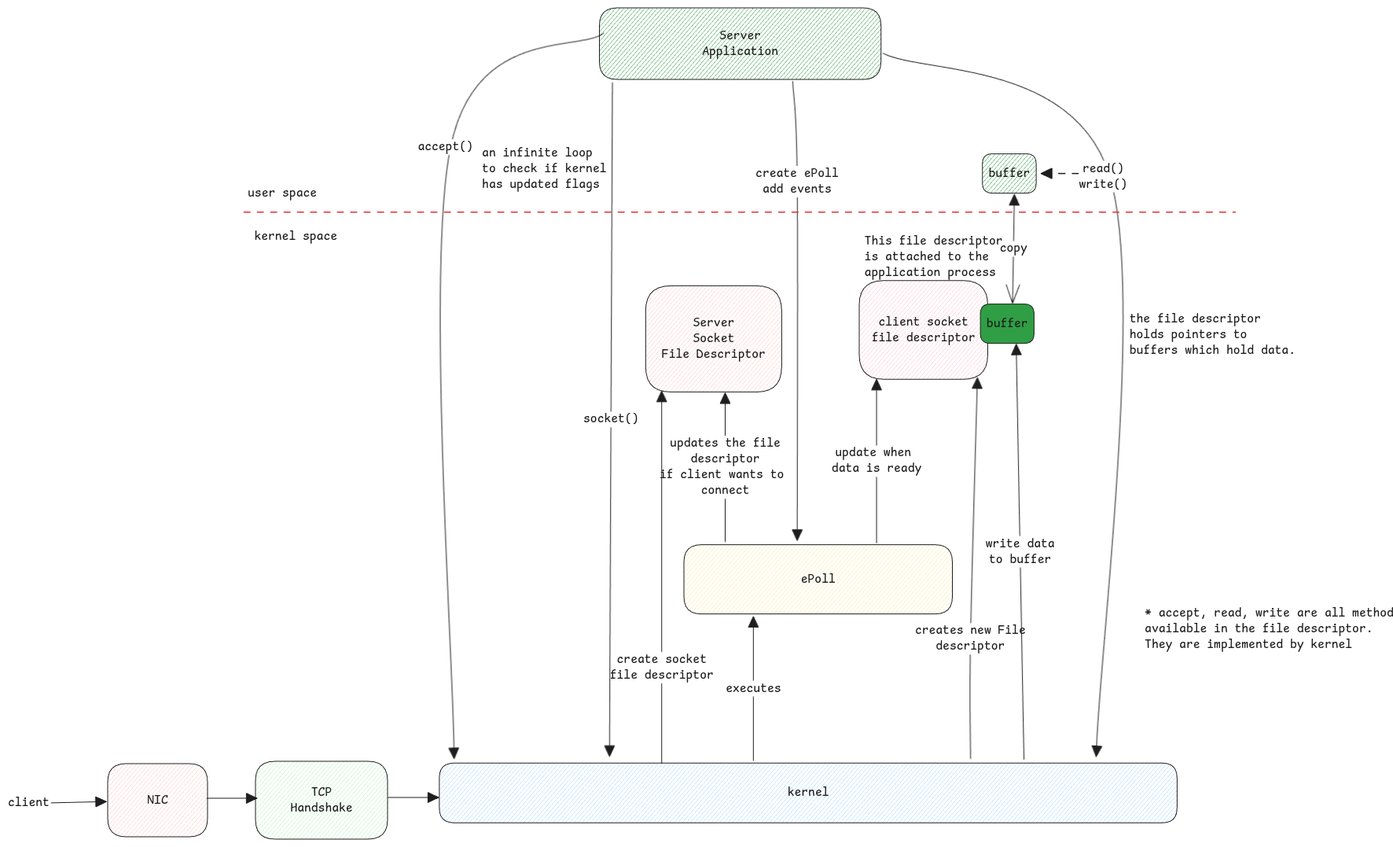
swaroopar/inprogress-engineer keeps this Excalidraw diagram as static/img/sockets-multithread.excalidraw.png. Above is the earlier version. Source tidied: one line per element, renumbered; positions are measured from the earlier drawing's top-left corner, leaving out a move shared by most shapes.
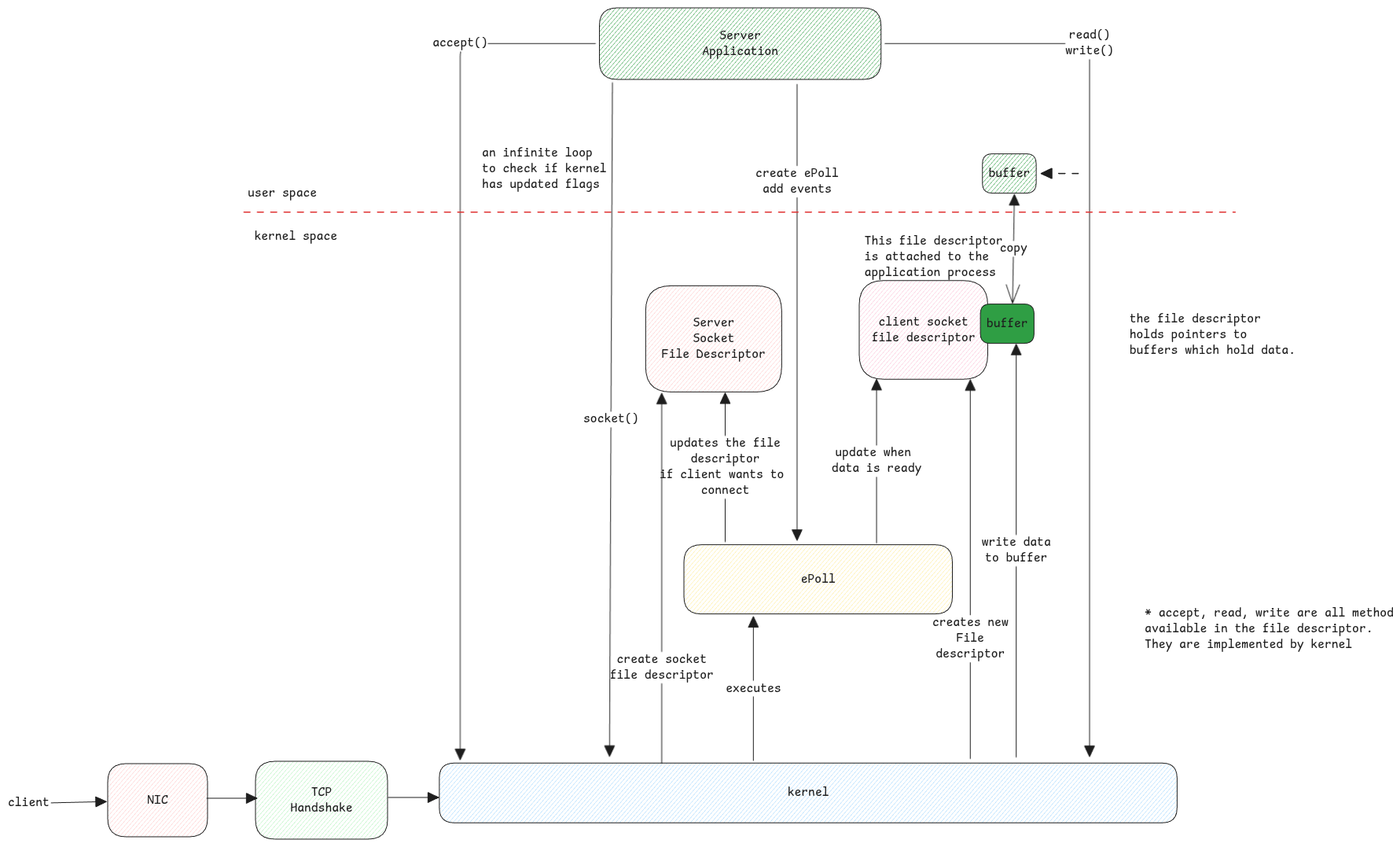
The same file after the commit.

Diff of the diagram source:
```diff
@@ -15,18 +15,18 @@
 {"id": 14, "type": "text", "text": "an infinite loop\nto check if kernel\nhas updated flags", "strokeColor": "#1e1e1e", "strokeWidth": 1, "roughness": 0, "fontSize": 16, "fontFamily": 8, "x": 603, "y": 175, "width": 146, "height": 60}
 {"id": 15, "type": "arrow", "strokeColor": "#1e1e1e", "strokeWidth": 1, "roughness": 0, "endArrowhead": "triangle", "round": true, "x": 948, "y": 957, "width": 0, "height": 183, "points": [[0, 0], [0, -183]]}
 {"id": 16, "type": "text", "text": "executes", "strokeColor": "#1e1e1e", "backgroundColor": "#ffec99", "fillStyle": "hachure", "strokeWidth": 1, "roughness": 0, "fontSize": 16, "fontFamily": 8, "textAlign": "center", "verticalAlign": "middle", "inside": 15, "x": 913, "y": 856, "width": 70, "height": 20}
-{"id": 17, "type": "arrow", "strokeColor": "#1e1e1e", "strokeWidth": 1, "roughness": 0, "endArrowhead": "triangle", "round": true, "from": 12, "to": 10, "x": 752, "y": 32, "width": 195, "height": 922, "points": [[0, 0], [-195, 145], [-190, 922]]}
+{"id": 17, "type": "arrow", "strokeColor": "#1e1e1e", "strokeWidth": 1, "roughness": 0, "endArrowhead": "triangle", "from": 12, "to": 10, "x": 747, "y": 45, "width": 172, "height": 911, "points": [[0, 0], [-172, 0], [-172, 911]]}
 {"id": 18, "type": "text", "text": "accept()", "strokeColor": "#1e1e1e", "strokeWidth": 1, "roughness": 0, "fontSize": 16, "fontFamily": 8, "textAlign": "center", "verticalAlign": "middle", "inside": 17, "x": 521, "y": 167, "width": 70, "height": 20}
 {"id": 19, "type": "rectangle", "strokeColor": "#1e1e1e", "backgroundColor": "#fcc2d7", "fillStyle": "hachure", "strokeWidth": 1, "roughness": 0, "round": true, "x": 1083, "y": 347, "width": 164, "height": 126}
 {"id": 20, "type": "text", "text": "client socket\nfile descriptor", "strokeColor": "#1e1e1e", "strokeWidth": 1, "roughness": 0, "fontSize": 16, "fontFamily": 8, "textAlign": "center", "verticalAlign": "middle", "inside": 19, "x": 1099, "y": 390, "width": 132, "height": 40}
-{"id": 21, "type": "arrow", "strokeColor": "#1e1e1e", "strokeWidth": 1, "roughness": 0, "endArrowhead": "triangle", "round": true, "x": 1224, "y": 955, "width": 9, "height": 484, "points": [[0, 0], [0, -152], [9, -484]]}
+{"id": 21, "type": "arrow", "strokeColor": "#1e1e1e", "strokeWidth": 1, "roughness": 0, "endArrowhead": "triangle", "from": 10, "x": 1224, "y": 955, "width": 0, "height": 482, "points": [[0, 0], [0, -152], [0, -482]]}
-{"id": 22, "type": "text", "text": "creates new File\ndescriptor", "strokeColor": "#1e1e1e", "strokeWidth": 1, "roughness": 0, "fontSize": 16, "fontFamily": 8, "textAlign": "center", "verticalAlign": "middle", "inside": 21, "x": 1154, "y": 782, "width": 141, "height": 40}
+{"id": 22, "type": "text", "text": "creates new\n File \ndescriptor", "strokeColor": "#1e1e1e", "strokeWidth": 1, "roughness": 0, "fontSize": 16, "fontFamily": 8, "textAlign": "center", "verticalAlign": "middle", "inside": 21, "x": 1176, "y": 772, "width": 97, "height": 60}
-{"id": 23, "type": "arrow", "strokeColor": "#1e1e1e", "strokeWidth": 1, "roughness": 0, "endArrowhead": "triangle", "round": true, "to": 10, "x": 1105, "y": 58, "width": 288, "height": 894, "points": [[0, 0], [288, 157], [271, 894]]}
+{"id": 23, "type": "arrow", "strokeColor": "#1e1e1e", "strokeWidth": 1, "roughness": 0, "endArrowhead": "triangle", "from": 12, "to": 10, "x": 1116, "y": 45, "width": 260, "height": 907, "points": [[0, 0], [260, 0], [260, 907]]}
 {"id": 24, "type": "text", "text": "read()\nwrite()", "strokeColor": "#1e1e1e", "strokeWidth": 1, "roughness": 0, "fontSize": 16, "fontFamily": 8, "textAlign": "center", "verticalAlign": "middle", "inside": 23, "x": 1363, "y": 194, "width": 62, "height": 40}
 {"id": 25, "type": "text", "text": "This file descriptor\nis attached to the \napplication process", "strokeColor": "#1e1e1e", "strokeWidth": 1, "roughness": 0, "fontSize": 16, "fontFamily": 8, "x": 1090, "y": 287, "width": 161, "height": 60}
 {"id": 26, "type": "arrow", "strokeColor": "#1e1e1e", "strokeWidth": 1, "roughness": 0, "endArrowhead": "triangle", "round": true, "x": 253, "y": 1005, "width": 64, "height": 0, "points": [[0, 0], [64, 0]]}
 {"id": 27, "type": "arrow", "strokeColor": "#1e1e1e", "strokeWidth": 1, "roughness": 0, "endArrowhead": "triangle", "round": true, "from": 2, "to": 10, "x": 484, "y": 1004, "width": 64, "height": 0, "points": [[0, 0], [64, 0]]}
-{"id": 28, "type": "arrow", "strokeColor": "#1e1e1e", "backgroundColor": "#ffec99", "fillStyle": "hachure", "strokeWidth": 1, "roughness": 0, "endArrowhead": "triangle", "round": true, "x": 998, "y": 94, "width": 6, "height": 584, "points": [[0, 0], [6, 128], [6, 584]]}
+{"id": 28, "type": "arrow", "strokeColor": "#1e1e1e", "backgroundColor": "#ffec99", "fillStyle": "hachure", "strokeWidth": 1, "roughness": 0, "endArrowhead": "triangle", "to": 6, "x": 1004, "y": 97, "width": 0, "height": 580, "points": [[0, 0], [0, 124], [0, 580]]}
 {"id": 29, "type": "text", "text": "create ePoll\nadd events", "strokeColor": "#1e1e1e", "backgroundColor": "#ffec99", "fillStyle": "hachure", "strokeWidth": 1, "roughness": 0, "fontSize": 16, "fontFamily": 8, "textAlign": "center", "verticalAlign": "middle", "inside": 28, "x": 951, "y": 201, "width": 106, "height": 40}
 {"id": 30, "type": "arrow", "strokeColor": "#1e1e1e", "backgroundColor": "#2f9e44", "fillStyle": "hachure", "strokeWidth": 1, "roughness": 0, "endArrowhead": "triangle", "round": true, "from": 31, "to": 4, "x": 55, "y": 1011, "width": 70, "height": 2, "points": [[0, 0], [70, -2]]}
 {"id": 31, "type": "text", "text": "client", "strokeColor": "#1e1e1e", "backgroundColor": "#2f9e44", "fillStyle": "hachure", "strokeWidth": 1, "roughness": 0, "fontSize": 16, "fontFamily": 8, "x": 0, "y": 1000, "width": 41, "height": 20}
@@ -36,11 +36,11 @@
 {"id": 35, "type": "text", "text": "socket()", "strokeColor": "#1e1e1e", "backgroundColor": "#2f9e44", "fillStyle": "hachure", "strokeWidth": 1, "roughness": 0, "fontSize": 16, "fontFamily": 8, "textAlign": "center", "verticalAlign": "middle", "inside": 34, "x": 732, "y": 513, "width": 70, "height": 20}
 {"id": 36, "type": "arrow", "strokeColor": "#1e1e1e", "backgroundColor": "#2f9e44", "fillStyle": "hachure", "strokeWidth": 1, "roughness": 0, "endArrowhead": "triangle", "round": true, "from": 6, "x": 1105, "y": 681, "width": 0, "height": 208, "points": [[0, 0], [0, -208]]}
 {"id": 37, "type": "text", "text": "update when \ndata is ready", "strokeColor": "#1e1e1e", "backgroundColor": "#2f9e44", "fillStyle": "hachure", "strokeWidth": 1, "roughness": 0, "fontSize": 16, "fontFamily": 8, "textAlign": "center", "verticalAlign": "middle", "inside": 36, "x": 1048, "y": 556, "width": 114, "height": 40}
-{"id": 38, "type": "arrow", "strokeColor": "#1e1e1e", "backgroundColor": "#2f9e44", "fillStyle": "hachure", "strokeWidth": 1, "roughness": 0, "endArrowhead": "triangle", "round": true, "x": 832, "y": 961, "width": 0, "height": 473, "points": [[0, 0], [0, -122], [0, -473]]}
+{"id": 38, "type": "arrow", "strokeColor": "#1e1e1e", "backgroundColor": "#2f9e44", "fillStyle": "hachure", "strokeWidth": 1, "roughness": 0, "endArrowhead": "triangle", "from": 10, "x": 832, "y": 961, "width": 0, "height": 471, "points": [[0, 0], [0, -122], [0, -471]]}
 {"id": 39, "type": "text", "text": "create socket\nfile descriptor", "strokeColor": "#1e1e1e", "backgroundColor": "#2f9e44", "fillStyle": "hachure", "strokeWidth": 1, "roughness": 0, "fontSize": 16, "fontFamily": 8, "textAlign": "center", "verticalAlign": "middle", "inside": 38, "x": 766, "y": 819, "width": 132, "height": 40}
 {"id": 40, "type": "text", "text": "user space", "strokeColor": "#1e1e1e", "backgroundColor": "#2f9e44", "fillStyle": "hachure", "strokeWidth": 1, "roughness": 0, "fontSize": 16, "fontFamily": 8, "x": 305, "y": 226, "width": 85, "height": 20}
 {"id": 41, "type": "text", "text": "kernel space", "strokeColor": "#1e1e1e", "backgroundColor": "#2f9e44", "fillStyle": "hachure", "strokeWidth": 1, "roughness": 0, "fontSize": 16, "fontFamily": 8, "x": 313, "y": 281, "width": 96, "height": 20}
-{"id": 42, "type": "arrow", "strokeColor": "#1e1e1e", "backgroundColor": "#2f9e44", "fillStyle": "hachure", "strokeWidth": 1, "roughness": 0, "endArrowhead": "triangle", "round": true, "from": 10, "to": 50, "x": 1293, "y": 956, "width": 10, "height": 528, "points": [[0, 0], [-10, -528]]}
+{"id": 42, "type": "arrow", "strokeColor": "#1e1e1e", "backgroundColor": "#2f9e44", "fillStyle": "hachure", "strokeWidth": 1, "roughness": 0, "endArrowhead": "triangle", "to": 50, "x": 1283, "y": 953, "width": 0, "height": 525, "points": [[0, 0], [0, -525]]}
 {"id": 43, "type": "text", "text": "write data\nto buffer", "strokeColor": "#1e1e1e", "backgroundColor": "#2f9e44", "fillStyle": "hachure", "strokeWidth": 1, "roughness": 0, "fontSize": 16, "fontFamily": 8, "textAlign": "center", "verticalAlign": "middle", "inside": 42, "x": 1244, "y": 672, "width": 88, "height": 40}
 {"id": 44, "type": "text", "text": "the file descriptor \nholds pointers to \nbuffers which hold data.", "strokeColor": "#1e1e1e", "backgroundColor": "#2f9e44", "fillStyle": "hachure", "strokeWidth": 1, "roughness": 0, "fontSize": 16, "fontFamily": 8, "x": 1427, "y": 386, "width": 192, "height": 60}
 {"id": 45, "type": "rectangle", "strokeColor": "#1e1e1e", "backgroundColor": "#2f9e44", "fillStyle": "hachure", "strokeWidth": 1, "roughness": 0, "round": true, "x": 1240, "y": 186, "width": 68, "height": 50}
```
